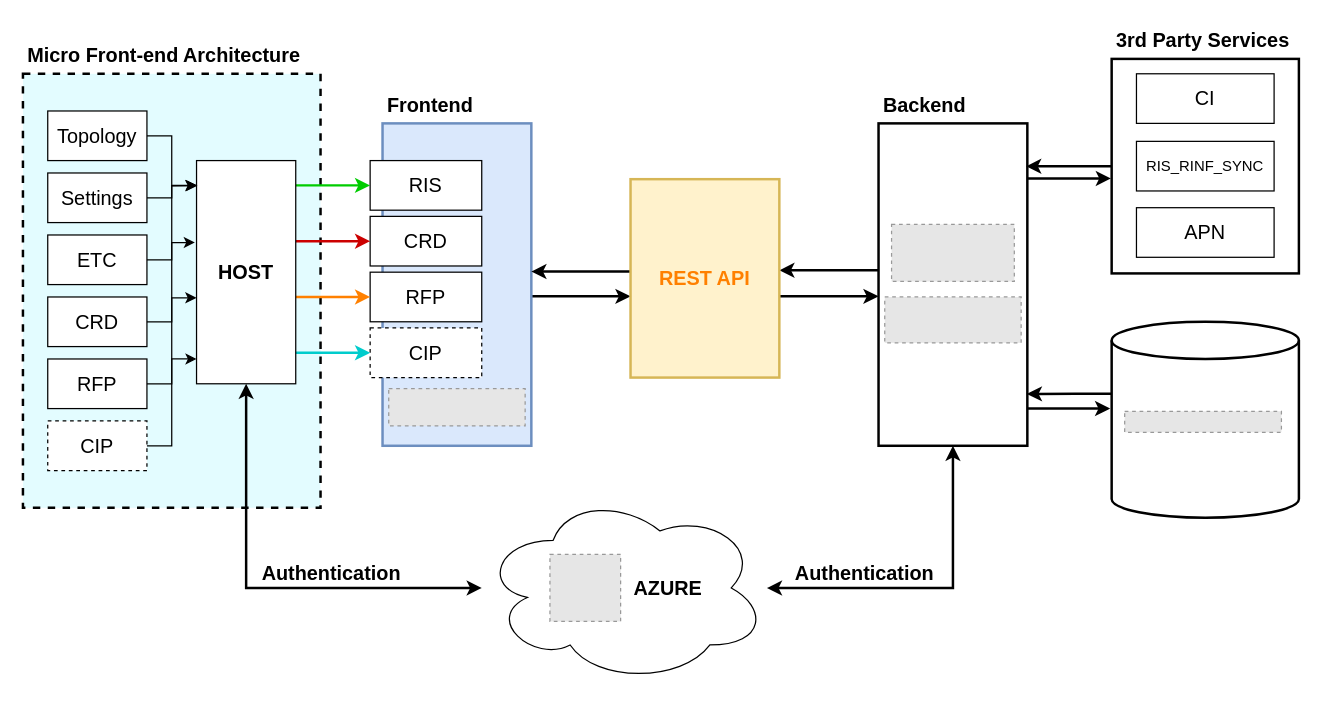
Above: app-architecture.drawio in mathudak/diagrams (draw.io), before the change. Source tidied: cells renumbered, new cells numbered last; positions are measured from the earlier drawing's top-left corner, leaving out a move shared by most shapes. Both pictures are drawn from the tidied source at 124%, with x=0, y=0 at pixel (22, 21). Pictures stored in the file or linked from it are replaced by grey dashed boxes.
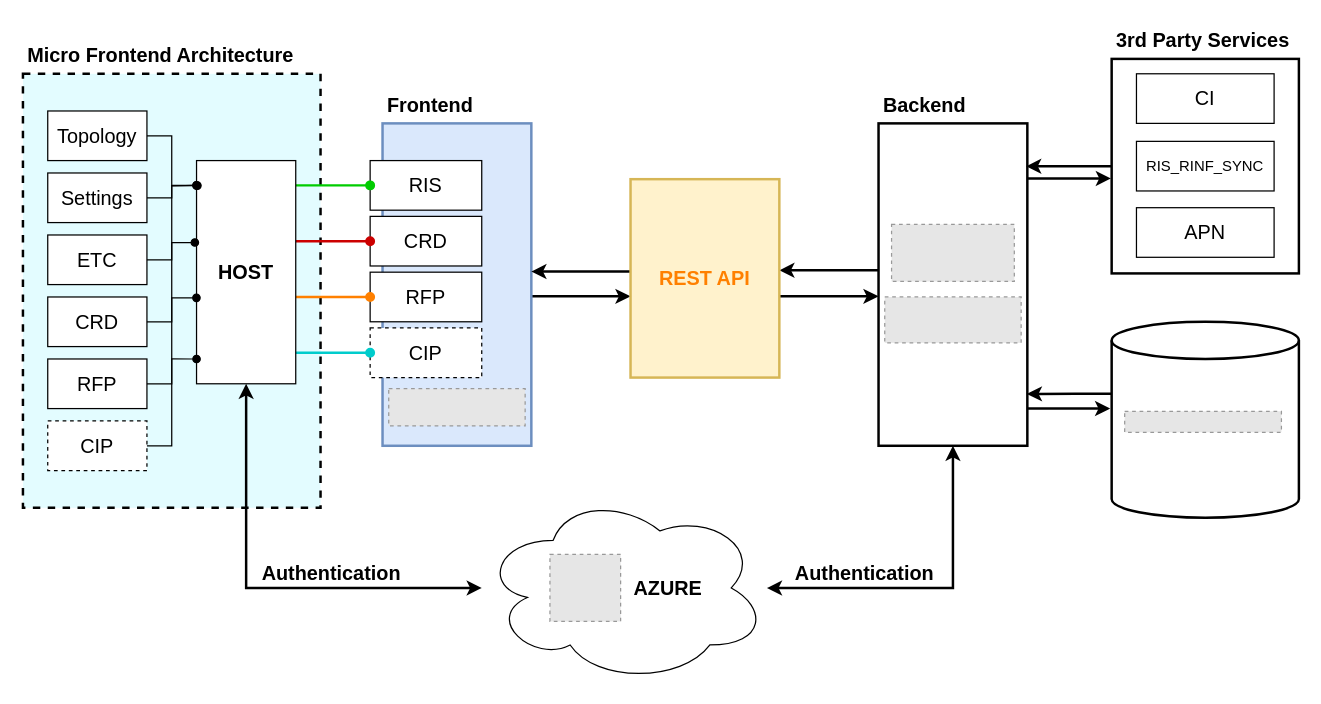
Above is the later version.

Commit message:
Finalised diagram

The change refers to these unchanged cells:
```xml
<mxCell id="15" value="Topology" style="whiteSpace=wrap;html=1;fontSize=16;" parent="1" vertex="1">
  <mxGeometry x="20" y="72" width="80" height="40" as="geometry" />
</mxCell>
<mxCell id="16" value="CIP" style="whiteSpace=wrap;html=1;dashed=1;fontSize=16;" parent="1" vertex="1">
  <mxGeometry x="20" y="322" width="80" height="40" as="geometry" />
</mxCell>
<mxCell id="17" value="&lt;div&gt;ETC&lt;/div&gt;" style="whiteSpace=wrap;html=1;fontSize=16;" parent="1" vertex="1">
  <mxGeometry x="20" y="172" width="80" height="40" as="geometry" />
</mxCell>
<mxCell id="18" value="RFP" style="whiteSpace=wrap;html=1;fontSize=16;" parent="1" vertex="1">
  <mxGeometry x="20" y="272" width="80" height="40" as="geometry" />
</mxCell>
<mxCell id="19" value="&lt;div&gt;CRD&lt;/div&gt;" style="whiteSpace=wrap;html=1;fontSize=16;" parent="1" vertex="1">
  <mxGeometry x="20" y="222" width="80" height="40" as="geometry" />
</mxCell>
<mxCell id="21" value="Settings" style="whiteSpace=wrap;html=1;fontSize=16;" parent="1" vertex="1">
  <mxGeometry x="20" y="122" width="80" height="40" as="geometry" />
</mxCell>
<mxCell id="22" value="RIS" style="whiteSpace=wrap;html=1;fontSize=16;" parent="1" vertex="1">
  <mxGeometry x="280" y="112" width="90" height="40" as="geometry" />
</mxCell>
<mxCell id="23" value="CRD" style="whiteSpace=wrap;html=1;fontSize=16;" parent="1" vertex="1">
  <mxGeometry x="280" y="157" width="90" height="40" as="geometry" />
</mxCell>
<mxCell id="24" value="RFP" style="whiteSpace=wrap;html=1;fontSize=16;" parent="1" vertex="1">
  <mxGeometry x="280" y="202" width="90" height="40" as="geometry" />
</mxCell>
<mxCell id="25" value="CIP" style="whiteSpace=wrap;html=1;dashed=1;fontSize=16;" parent="1" vertex="1">
  <mxGeometry x="280" y="247" width="90" height="40" as="geometry" />
</mxCell>
<mxCell id="30" value="HOST" style="whiteSpace=wrap;html=1;fontStyle=1;fontSize=16;" parent="1" vertex="1">
  <mxGeometry x="140" y="112" width="80" height="180" as="geometry" />
</mxCell>
```

What changed in the source:
```diff
@@
-    <mxCell id="20" style="edgeStyle=orthogonalEdgeStyle;rounded=0;jettySize=auto;html=1;" parent="1" edge="1" source="21">
+    <mxCell id="20" style="edgeStyle=orthogonalEdgeStyle;rounded=0;jettySize=auto;html=1;endArrow=oval;endFill=1;" parent="1" edge="1" source="21">
       <mxGeometry relative="1" as="geometry">
         <mxPoint x="140" y="132" as="targetPoint" />
       </mxGeometry>
     </mxCell>
@@
-    <mxCell id="26" style="edgeStyle=orthogonalEdgeStyle;rounded=0;jettySize=auto;html=1;entryX=0;entryY=0.5;entryDx=0;entryDy=0;strokeWidth=2;strokeColor=#00CC00;" parent="1" edge="1" source="30" target="22">
+    <mxCell id="26" style="edgeStyle=orthogonalEdgeStyle;rounded=0;jettySize=auto;html=1;entryX=0;entryY=0.5;entryDx=0;entryDy=0;strokeWidth=2;strokeColor=#00CC00;endArrow=oval;endFill=1;" parent="1" edge="1" source="30" target="22">
       <mxGeometry relative="1" as="geometry">
         <Array as="points">
           <mxPoint x="230" y="132" />
           <mxPoint x="230" y="132" />
         </Array>
       </mxGeometry>
     </mxCell>
-    <mxCell id="27" style="edgeStyle=orthogonalEdgeStyle;rounded=0;jettySize=auto;html=1;entryX=0;entryY=0.5;entryDx=0;entryDy=0;strokeWidth=2;strokeColor=#CC0000;" parent="1" edge="1" source="30" target="23">
+    <mxCell id="27" style="edgeStyle=orthogonalEdgeStyle;rounded=0;jettySize=auto;html=1;entryX=0;entryY=0.5;entryDx=0;entryDy=0;strokeWidth=2;strokeColor=#CC0000;endArrow=oval;endFill=1;" parent="1" edge="1" source="30" target="23">
       <mxGeometry relative="1" as="geometry">
         <Array as="points">
           <mxPoint x="230" y="177" />
           <mxPoint x="230" y="177" />
         </Array>
       </mxGeometry>
     </mxCell>
-    <mxCell id="28" style="edgeStyle=orthogonalEdgeStyle;rounded=0;jettySize=auto;html=1;entryX=0;entryY=0.5;entryDx=0;entryDy=0;strokeWidth=2;strokeColor=#FF8000;" parent="1" edge="1" source="30" target="24">
+    <mxCell id="28" style="edgeStyle=orthogonalEdgeStyle;rounded=0;jettySize=auto;html=1;entryX=0;entryY=0.5;entryDx=0;entryDy=0;strokeWidth=2;strokeColor=#FF8000;endArrow=oval;endFill=1;" parent="1" edge="1" source="30" target="24">
       <mxGeometry relative="1" as="geometry">
         <Array as="points">
           <mxPoint x="230" y="222" />
           <mxPoint x="230" y="222" />
         </Array>
       </mxGeometry>
     </mxCell>
-    <mxCell id="29" style="edgeStyle=orthogonalEdgeStyle;rounded=0;jettySize=auto;html=1;entryX=0;entryY=0.5;entryDx=0;entryDy=0;strokeWidth=2;strokeColor=#00CCCC;" parent="1" edge="1" source="30" target="25">
+    <mxCell id="29" style="edgeStyle=orthogonalEdgeStyle;rounded=0;jettySize=auto;html=1;entryX=0;entryY=0.5;entryDx=0;entryDy=0;strokeWidth=2;strokeColor=#00CCCC;endArrow=oval;endFill=1;" parent="1" edge="1" source="30" target="25">
       <mxGeometry relative="1" as="geometry">
         <Array as="points">
           <mxPoint x="230" y="267" />
           <mxPoint x="230" y="267" />
         </Array>
       </mxGeometry>
     </mxCell>
@@
-    <mxCell id="31" style="edgeStyle=orthogonalEdgeStyle;rounded=0;jettySize=auto;html=1;entryX=0;entryY=0.111;entryDx=0;entryDy=0;entryPerimeter=0;" parent="1" edge="1" source="15" target="30">
+    <mxCell id="31" style="edgeStyle=orthogonalEdgeStyle;rounded=0;jettySize=auto;html=1;entryX=0;entryY=0.111;entryDx=0;entryDy=0;entryPerimeter=0;endArrow=oval;endFill=1;" parent="1" edge="1" source="15" target="30">
       <mxGeometry relative="1" as="geometry" />
     </mxCell>
-    <mxCell id="32" style="edgeStyle=orthogonalEdgeStyle;rounded=0;jettySize=auto;html=1;entryX=0;entryY=0.889;entryDx=0;entryDy=0;entryPerimeter=0;" parent="1" edge="1" source="16" target="30">
+    <mxCell id="32" style="edgeStyle=orthogonalEdgeStyle;rounded=0;jettySize=auto;html=1;entryX=0;entryY=0.889;entryDx=0;entryDy=0;entryPerimeter=0;endArrow=oval;endFill=1;" parent="1" edge="1" source="16" target="30">
       <mxGeometry relative="1" as="geometry" />
     </mxCell>
-    <mxCell id="33" style="edgeStyle=orthogonalEdgeStyle;rounded=0;jettySize=auto;html=1;entryX=-0.001;entryY=0.615;entryDx=0;entryDy=0;entryPerimeter=0;" parent="1" edge="1" source="18" target="30">
+    <mxCell id="33" style="edgeStyle=orthogonalEdgeStyle;rounded=0;jettySize=auto;html=1;entryX=-0.001;entryY=0.615;entryDx=0;entryDy=0;entryPerimeter=0;endArrow=oval;endFill=1;" parent="1" edge="1" source="18" target="30">
       <mxGeometry relative="1" as="geometry" />
     </mxCell>
-    <mxCell id="34" style="edgeStyle=orthogonalEdgeStyle;rounded=0;jettySize=auto;html=1;entryX=-0.017;entryY=0.367;entryDx=0;entryDy=0;entryPerimeter=0;" parent="1" edge="1" source="19" target="30">
+    <mxCell id="34" style="edgeStyle=orthogonalEdgeStyle;rounded=0;jettySize=auto;html=1;entryX=-0.017;entryY=0.367;entryDx=0;entryDy=0;entryPerimeter=0;endArrow=oval;endFill=1;" parent="1" edge="1" source="19" target="30">
       <mxGeometry relative="1" as="geometry" />
     </mxCell>
-    <mxCell id="35" style="edgeStyle=orthogonalEdgeStyle;rounded=0;jettySize=auto;html=1;entryX=0.009;entryY=0.112;entryDx=0;entryDy=0;entryPerimeter=0;" parent="1" edge="1" source="17" target="30">
+    <mxCell id="35" style="edgeStyle=orthogonalEdgeStyle;rounded=0;jettySize=auto;html=1;entryX=0.009;entryY=0.112;entryDx=0;entryDy=0;entryPerimeter=0;endArrow=oval;endFill=1;" parent="1" edge="1" source="17" target="30">
       <mxGeometry relative="1" as="geometry" />
     </mxCell>
-    <mxCell id="36" value="Micro Front-end Architecture" style="text;html=1;align=left;verticalAlign=middle;whiteSpace=wrap;rounded=0;fontSize=16;fontStyle=1;spacingLeft=2;" parent="1" vertex="1">
+    <mxCell id="36" value="Micro Frontend Architecture" style="text;html=1;align=left;verticalAlign=middle;whiteSpace=wrap;rounded=0;fontSize=16;fontStyle=1;spacingLeft=2;" parent="1" vertex="1">
       <mxGeometry y="12" width="240" height="30" as="geometry" />
     </mxCell>
```
